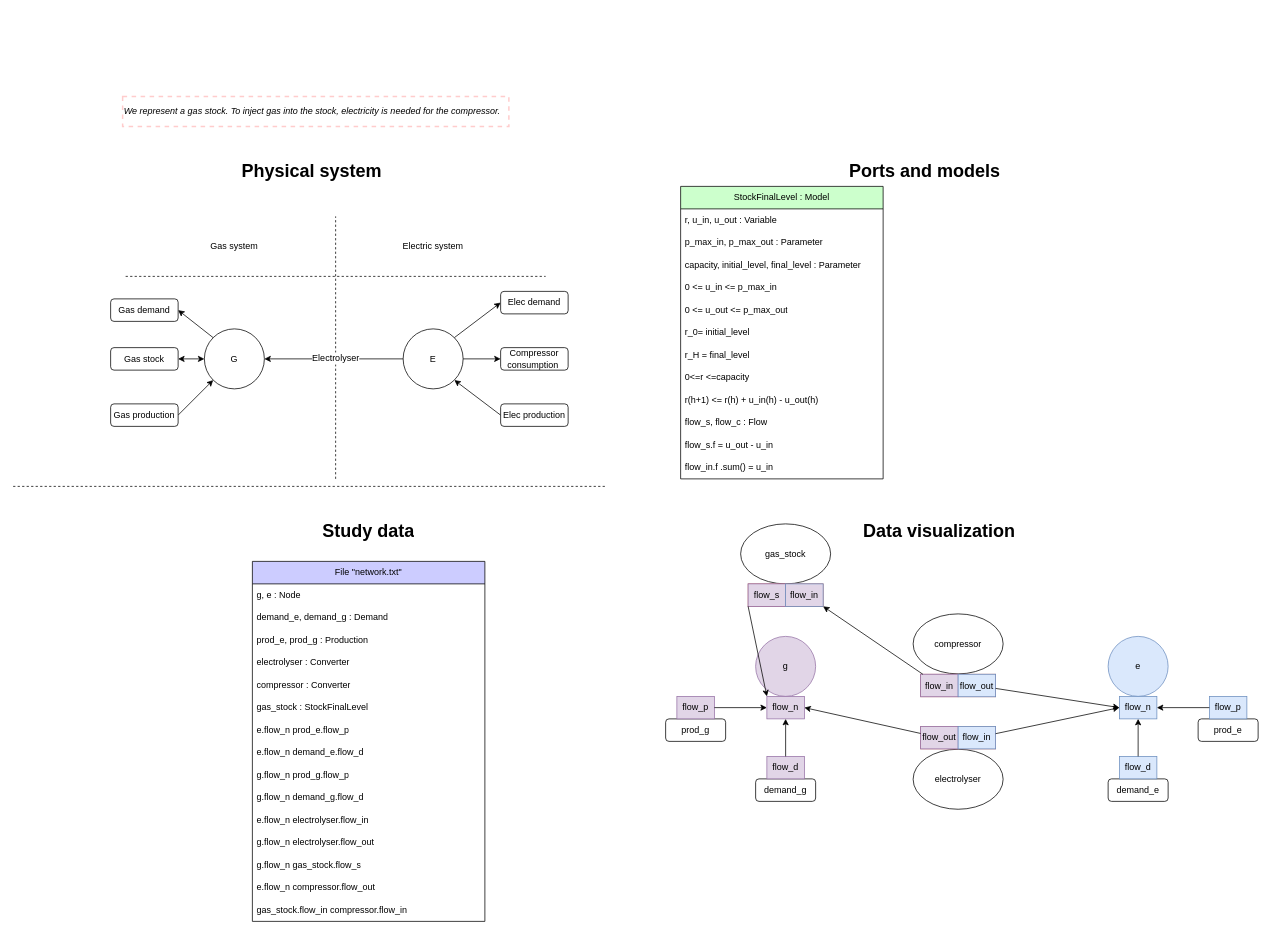
Earlier version of the draw.io diagram page "two_models" (1 of 2) of models-design/systems/gas_stock_elec_compressor.drawio (AntaresSimulatorTeam/andromede-modeling-prototype). Source tidied: cells renumbered, new cells numbered last; positions are measured from the earlier drawing's top-left corner, leaving out a move shared by most shapes. Both pictures are drawn from the tidied source at 75%, with x=0, y=0 at pixel (13, 96).
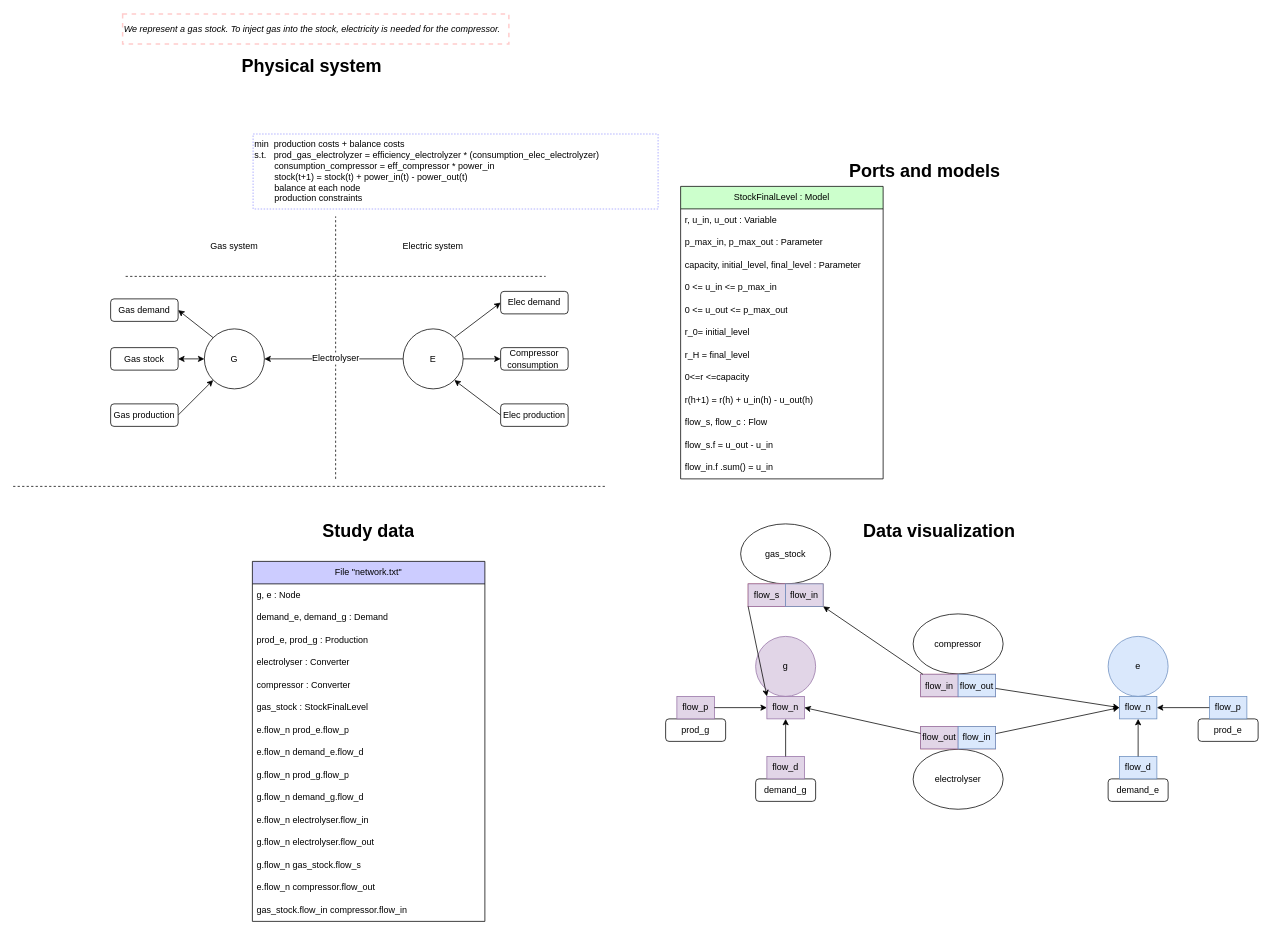
The same page after the edit.

Commit message (it also covers changes not shown here):
Corrections and add optimization problems in stock systems

The change refers to these unchanged cells:
```xml
<mxCell id="20" value="StockFinalLevel : Model" style="swimlane;fontStyle=0;horizontal=1;startSize=30;whiteSpace=wrap;html=1;fillColor=#CCFFCC;fontColor=#000000;" parent="18" vertex="1">
  <mxGeometry x="10" y="40" width="270" height="390" as="geometry" />
</mxCell>
```

The edit, as a diff of the source:
```diff
@@
     <mxCell id="17" value="&lt;h1&gt;Physical system&lt;br&gt;&lt;/h1&gt;" style="text;html=1;strokeColor=none;fillColor=none;spacing=5;spacingTop=-20;whiteSpace=wrap;overflow=hidden;rounded=0;" parent="1" vertex="1">
-      <mxGeometry x="300" y="80" width="250" height="40" as="geometry" />
+      <mxGeometry x="300" y="-60" width="250" height="40" as="geometry" />
     </mxCell>
@@
-    <mxCell id="29" value="r(h+1) &amp;lt;= r(h) + u_in(h) - u_out(h)" style="text;strokeColor=none;fillColor=none;align=left;verticalAlign=middle;spacingLeft=4;spacingRight=4;overflow=hidden;whiteSpace=wrap;html=1;" parent="20" vertex="1">
+    <mxCell id="29" value="r(h+1) = r(h) + u_in(h) - u_out(h)" style="text;strokeColor=none;fillColor=none;align=left;verticalAlign=middle;spacingLeft=4;spacingRight=4;overflow=hidden;whiteSpace=wrap;html=1;" parent="20" vertex="1">
       <mxGeometry y="270" width="270" height="30" as="geometry" />
     </mxCell>
@@
     <mxCell id="88" value="&lt;i&gt;We represent a gas stock. To inject gas into the stock, electricity is needed for the compressor.&amp;nbsp;&lt;/i&gt;" style="text;html=1;strokeColor=#FFCCCC;fillColor=none;align=left;verticalAlign=middle;whiteSpace=wrap;rounded=0;dashed=1;strokeWidth=2;" parent="1" vertex="1">
-      <mxGeometry x="146" width="515" height="40" as="geometry" />
+      <mxGeometry x="146" y="-110" width="515" height="40" as="geometry" />
     </mxCell>
@@
+    <mxCell id="103" value="min&amp;nbsp;&amp;nbsp;&lt;span style=&quot;&quot;&gt;&lt;/span&gt;production costs + balance costs&lt;br&gt;s.t.&amp;nbsp;&lt;span style=&quot;&quot;&gt;&amp;nbsp;&amp;nbsp;&lt;/span&gt;prod_gas_electrolyzer = efficiency_electrolyzer * (consumption_elec_electrolyzer)&amp;nbsp;&lt;br&gt;&lt;span style=&quot;&quot;&gt;&#9;&lt;/span&gt;&lt;span style=&quot;white-space: pre;&quot;&gt;&#9;&lt;/span&gt;consumption_compressor =&amp;nbsp;eff_compressor * power_in&lt;br&gt;&lt;span style=&quot;&quot;&gt;&#9;&lt;/span&gt;&lt;span style=&quot;white-space: pre;&quot;&gt;&#9;&lt;/span&gt;stock(t+1) = stock(t) + power_in(t) - power_out(t)&amp;nbsp;&amp;nbsp;&lt;br&gt;&lt;span style=&quot;&quot;&gt;&#9;&lt;/span&gt;&lt;span style=&quot;white-space: pre;&quot;&gt;&#9;&lt;/span&gt;balance at each node&lt;br&gt;&lt;span style=&quot;&quot;&gt;&#9;&lt;/span&gt;&lt;span style=&quot;white-space: pre;&quot;&gt;&#9;&lt;/span&gt;production constraints" style="text;html=1;strokeColor=#CCCCFF;fillColor=none;align=left;verticalAlign=middle;whiteSpace=wrap;rounded=0;dashed=1;dashPattern=1 1;strokeWidth=2;" parent="1" vertex="1">
+      <mxGeometry x="320" y="50" width="540" height="100" as="geometry" />
+    </mxCell>
```
